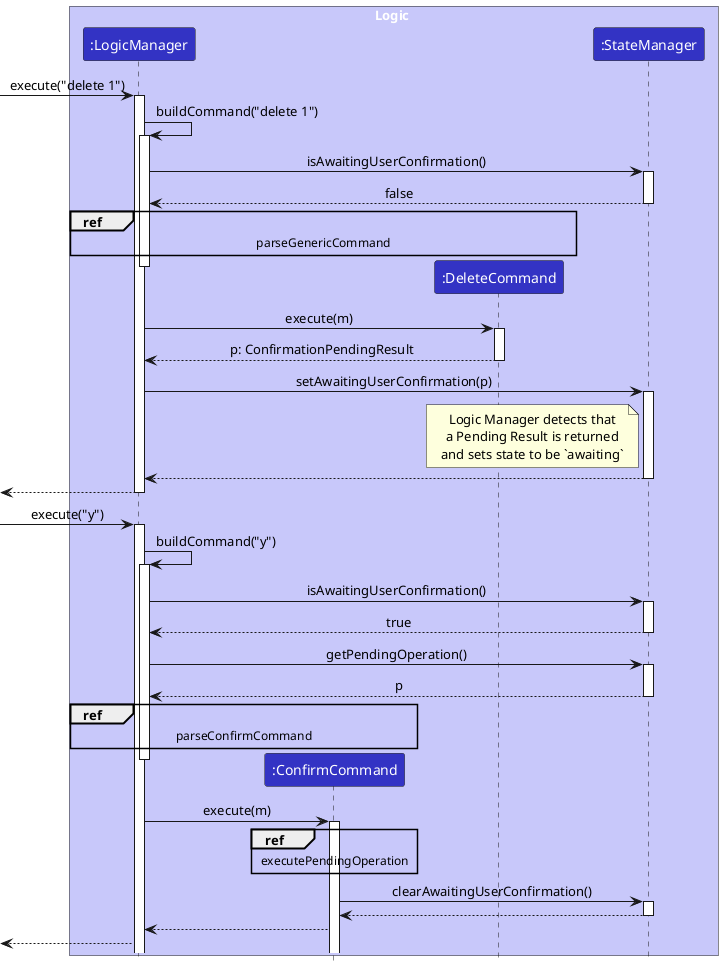
Itsdaodao/tp keeps this PlantUML diagram as docs/images/DeleteAbstractedStateDiagram.png. Above is the earlier version.
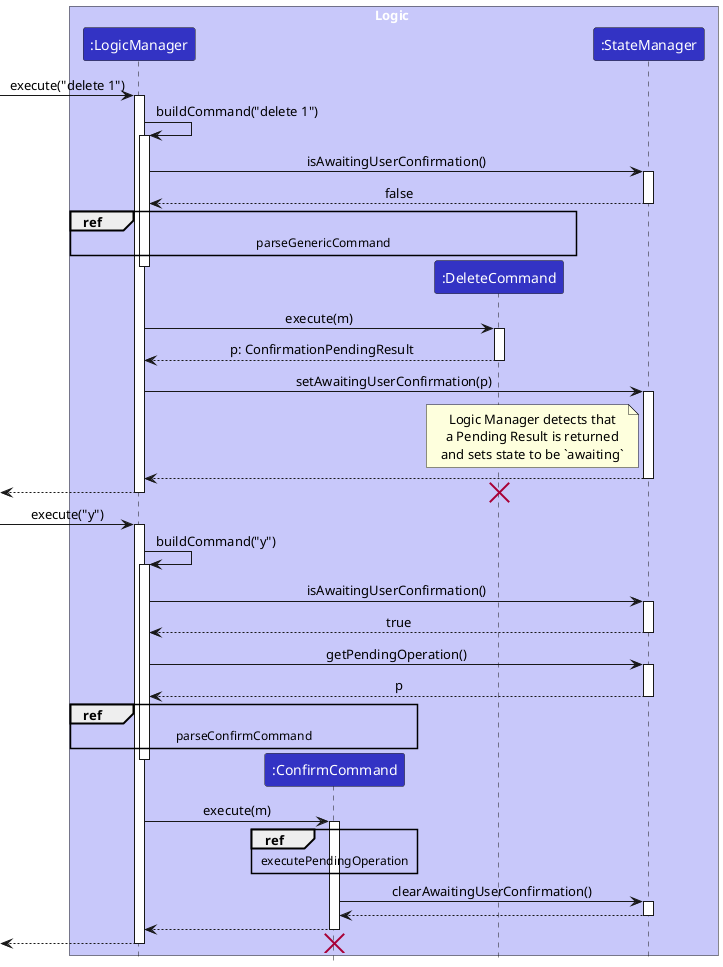
Later version of the same file.

Commit message:
Update description, fix diagram

The edit, as a diff of the source:
```diff
@@ -52,6 +52,7 @@
 
 [<-- LogicManager
 deactivate LogicManager
+destroy DeleteCommand
 
 -> LogicManager#FFBBBB: execute("y")
 activate LogicManager
@@ -89,7 +90,10 @@
 deactivate StateManager
 
 ConfirmCommand --> LogicManager
+deactivate ConfirmCommand
 
 [<--LogicManager
+destroy ConfirmCommand
+deactivate LogicManager
 
 @enduml
```
